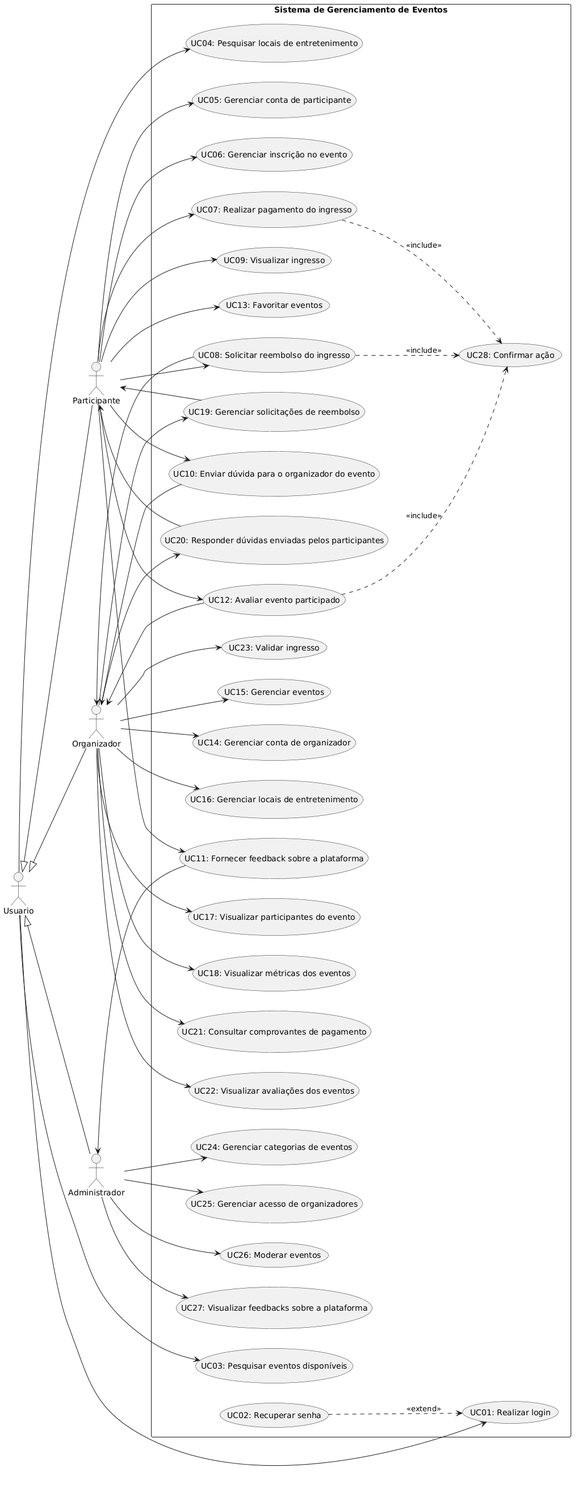
This is images/use-case-diagram/use-case-diagram.png from arturbomtempo-learning/software-project-final-work, a PlantUML export, as it was before one commit.
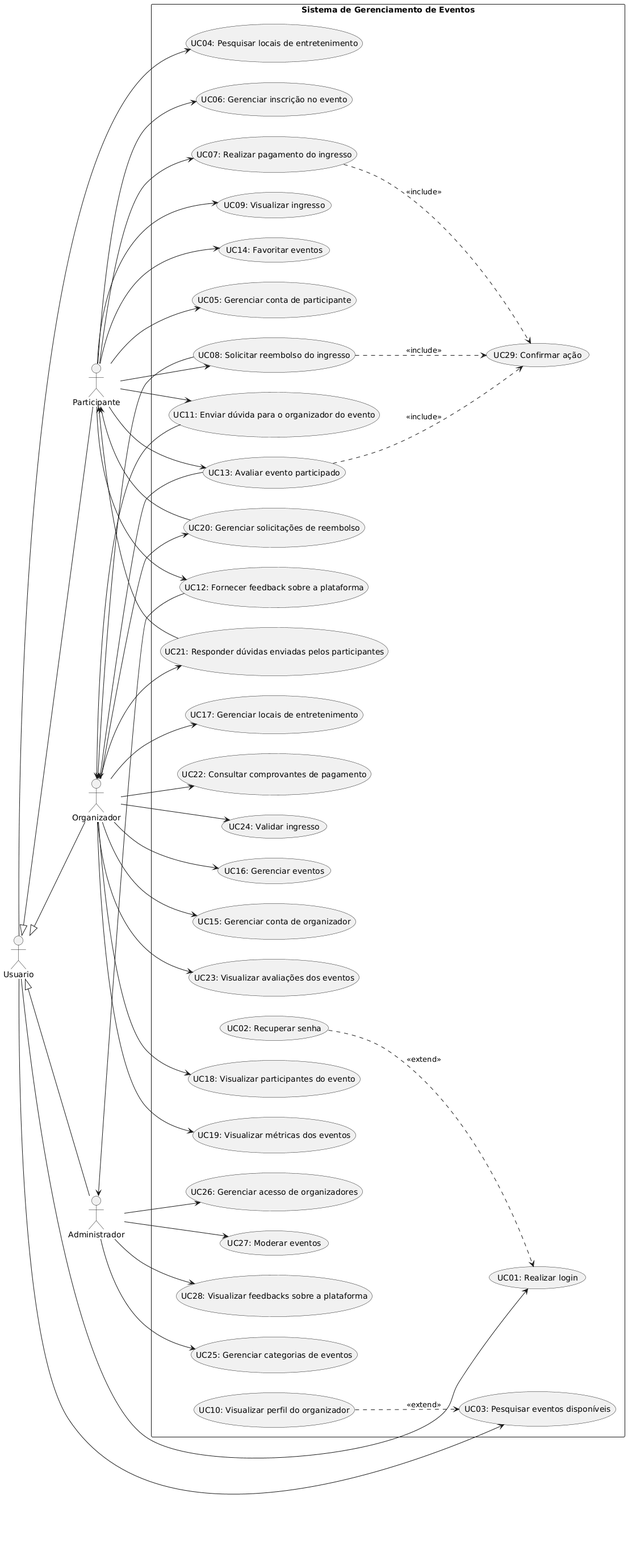
Later version of the same file.

Commit message:
docs: update use case diagram

Diff of the diagram source:
```diff
@@ -23,28 +23,29 @@
     usecase "UC07: Realizar pagamento do ingresso" as UC_MakePayment
     usecase "UC08: Solicitar reembolso do ingresso" as UC_RequestRefund
     usecase "UC09: Visualizar ingresso" as UC_ViewTicket
-    usecase "UC10: Enviar dúvida para o organizador do evento" as UC_SubmitQuestion
-    usecase "UC11: Fornecer feedback sobre a plataforma" as UC_SubmitFeedback
-    usecase "UC12: Avaliar evento participado" as UC_RateEvent
-    usecase "UC13: Favoritar eventos" as UC_BookmarkEvent
+    usecase "UC10: Visualizar perfil do organizador" as UC_ViewOrganizer
+    usecase "UC11: Enviar dúvida para o organizador do evento" as UC_SubmitQuestion
+    usecase "UC12: Fornecer feedback sobre a plataforma" as UC_SubmitFeedback
+    usecase "UC13: Avaliar evento participado" as UC_RateEvent
+    usecase "UC14: Favoritar eventos" as UC_BookmarkEvent
 
-    usecase "UC14: Gerenciar conta de organizador" as UC_ManageOrganizer
-    usecase "UC15: Gerenciar eventos" as UC_ManageEvents
-    usecase "UC16: Gerenciar locais de entretenimento" as UC_ManageLocation
-    usecase "UC17: Visualizar participantes do evento" as UC_ViewParticipants
-    usecase "UC18: Visualizar métricas dos eventos" as UC_ViewMetrics
-    usecase "UC19: Gerenciar solicitações de reembolso" as UC_ManageRefund
-    usecase "UC20: Responder dúvidas enviadas pelos participantes" as UC_AnswerQuestions
-    usecase "UC21: Consultar comprovantes de pagamento" as UC_SearchReceipts
-    usecase "UC22: Visualizar avaliações dos eventos" as UC_ViewReviews
-    usecase "UC23: Validar ingresso" as UC_ValidateTicket
+    usecase "UC15: Gerenciar conta de organizador" as UC_ManageOrganizer
+    usecase "UC16: Gerenciar eventos" as UC_ManageEvents
+    usecase "UC17: Gerenciar locais de entretenimento" as UC_ManageLocation
+    usecase "UC18: Visualizar participantes do evento" as UC_ViewParticipants
+    usecase "UC19: Visualizar métricas dos eventos" as UC_ViewMetrics
+    usecase "UC20: Gerenciar solicitações de reembolso" as UC_ManageRefund
+    usecase "UC21: Responder dúvidas enviadas pelos participantes" as UC_AnswerQuestions
+    usecase "UC22: Consultar comprovantes de pagamento" as UC_SearchReceipts
+    usecase "UC23: Visualizar avaliações dos eventos" as UC_ViewReviews
+    usecase "UC24: Validar ingresso" as UC_ValidateTicket
 
-    usecase "UC24: Gerenciar categorias de eventos" as UC_ManageCategories
-    usecase "UC25: Gerenciar acesso de organizadores" as UC_ManageAccess
-    usecase "UC26: Moderar eventos" as UC_ModerateEvents
-    usecase "UC27: Visualizar feedbacks sobre a plataforma" as UC_ViewFeedbacks
+    usecase "UC25: Gerenciar categorias de eventos" as UC_ManageCategories
+    usecase "UC26: Gerenciar acesso de organizadores" as UC_ManageAccess
+    usecase "UC27: Moderar eventos" as UC_ModerateEvents
+    usecase "UC28: Visualizar feedbacks sobre a plataforma" as UC_ViewFeedbacks
 
-    usecase "UC28: Confirmar ação" as UC_ConfirmAction
+    usecase "UC29: Confirmar ação" as UC_ConfirmAction
 }
 
 User --> UC_Login
@@ -96,4 +97,5 @@
 UC_RateEvent ..> UC_ConfirmAction : <<include>>
 
 UC_ResetPassword ..> UC_Login : <<extend>>
+UC_ViewOrganizer ..> UC_SearchEvents : <<extend>>
 @enduml
```
